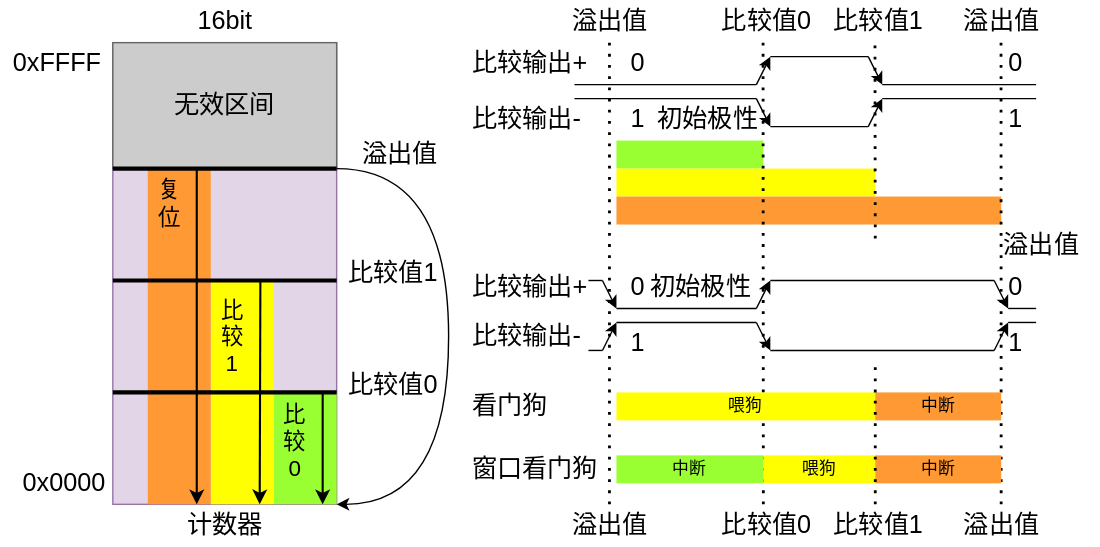
Above: doc/图库/数据手册/定时器工作模式.svg in ZPNMiaoHeng/SparrowRV (draw.io), before the change. Source tidied: cells renumbered, new cells last; positions are measured from the earlier drawing's top-left corner, leaving out a move shared by most shapes.
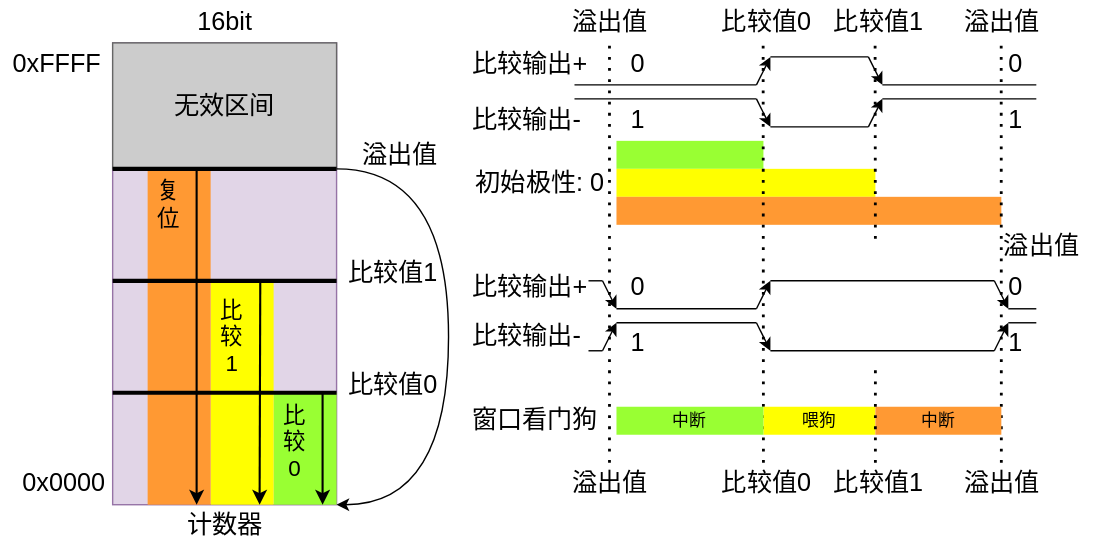
After the commit.

Change to the diagram source:
```diff
@@ -38,12 +38,12 @@
     <mxCell id="13" value="比较值0" style="text;html=1;align=center;verticalAlign=middle;strokeColor=none;fillColor=none;fontSize=18;" parent="1" vertex="1">
       <mxGeometry x="240" y="260" width="80" height="30" as="geometry" />
     </mxCell>
-    <mxCell id="14" value="初始极性" style="text;html=1;align=center;verticalAlign=middle;strokeColor=none;fillColor=none;fontSize=18;" parent="1" vertex="1">
-      <mxGeometry x="460" y="70" width="90" height="30" as="geometry" />
+    <mxCell id="14" value="初始极性: 0" style="text;html=1;align=center;verticalAlign=middle;strokeColor=none;fillColor=none;fontSize=18;" parent="1" vertex="1">
+      <mxGeometry x="330" y="115" width="110" height="30" as="geometry" />
     </mxCell>
     <mxCell id="15" style="endArrow=none;dashed=1;html=1;dashPattern=1 3;strokeWidth=2;rounded=0;fontSize=18;" parent="1" edge="1">
       <mxGeometry relative="1" as="geometry">
-        <mxPoint x="435" y="360" as="sourcePoint" />
+        <mxPoint x="435" y="330" as="sourcePoint" />
         <mxPoint x="435" y="30" as="targetPoint" />
       </mxGeometry>
     </mxCell>
@@ -58,7 +58,7 @@
     </mxCell>
     <mxCell id="19" style="endArrow=none;dashed=1;html=1;dashPattern=1 3;strokeWidth=2;rounded=0;fontSize=18;" parent="1" edge="1">
       <mxGeometry relative="1" as="geometry">
-        <mxPoint x="715" y="360" as="sourcePoint" />
+        <mxPoint x="715" y="330" as="sourcePoint" />
         <mxPoint x="714.9" y="30" as="targetPoint" />
       </mxGeometry>
     </mxCell>
@@ -70,7 +70,7 @@
     </mxCell>
     <mxCell id="21" style="endArrow=none;dashed=1;html=1;dashPattern=1 3;strokeWidth=2;rounded=0;fontSize=18;" parent="1" edge="1">
       <mxGeometry relative="1" as="geometry">
-        <mxPoint x="545" y="360" as="sourcePoint" />
+        <mxPoint x="545" y="330" as="sourcePoint" />
         <mxPoint x="544.8" y="30" as="targetPoint" />
       </mxGeometry>
     </mxCell>
@@ -137,9 +137,6 @@
         <mxPoint x="550" y="90" as="targetPoint" />
       </mxGeometry>
     </mxCell>
-    <mxCell id="33" value="初始极性" style="text;html=1;align=center;verticalAlign=middle;strokeColor=none;fillColor=none;fontSize=18;" parent="1" vertex="1">
-      <mxGeometry x="455" y="190" width="90" height="30" as="geometry" />
-    </mxCell>
     <mxCell id="34" value="0" style="text;html=1;align=center;verticalAlign=middle;strokeColor=none;fillColor=none;fontSize=18;" parent="1" vertex="1">
       <mxGeometry x="440" y="190" width="30" height="30" as="geometry" />
     </mxCell>
@@ -290,44 +287,35 @@
         <mxPoint x="240" y="120" as="targetPoint" />
       </mxGeometry>
     </mxCell>
-    <mxCell id="65" value="看门狗" style="text;html=1;align=left;verticalAlign=middle;strokeColor=none;fillColor=none;fontSize=18;" parent="1" vertex="1">
-      <mxGeometry x="335" y="275" width="70" height="30" as="geometry" />
-    </mxCell>
     <mxCell id="66" value="窗口看门狗" style="text;html=1;align=left;verticalAlign=middle;strokeColor=none;fillColor=none;fontSize=18;" parent="1" vertex="1">
-      <mxGeometry x="335" y="320" width="110" height="30" as="geometry" />
+      <mxGeometry x="335" y="285" width="110" height="30" as="geometry" />
     </mxCell>
-    <mxCell id="67" value="喂狗" style="rounded=0;whiteSpace=wrap;html=1;strokeColor=none;fillColor=#FFFF00;" parent="1" vertex="1">
-      <mxGeometry x="440" y="280" width="185" height="20" as="geometry" />
-    </mxCell>
     <mxCell id="68" value="喂狗" style="rounded=0;whiteSpace=wrap;html=1;strokeColor=none;fillColor=#FFFF00;" parent="1" vertex="1">
-      <mxGeometry x="545" y="325" width="80" height="20" as="geometry" />
+      <mxGeometry x="545" y="290" width="80" height="20" as="geometry" />
     </mxCell>
     <mxCell id="69" value="中断" style="rounded=0;whiteSpace=wrap;html=1;strokeColor=none;fillColor=#99FF33;" parent="1" vertex="1">
-      <mxGeometry x="440" y="325" width="105" height="20" as="geometry" />
+      <mxGeometry x="440" y="290" width="105" height="20" as="geometry" />
     </mxCell>
-    <mxCell id="70" value="中断" style="rounded=0;whiteSpace=wrap;html=1;strokeColor=none;fillColor=#FF9933;" parent="1" vertex="1">
-      <mxGeometry x="625" y="280" width="90" height="20" as="geometry" />
-    </mxCell>
     <mxCell id="71" value="中断" style="rounded=0;whiteSpace=wrap;html=1;strokeColor=none;fillColor=#FF9933;" parent="1" vertex="1">
-      <mxGeometry x="625" y="325" width="90" height="20" as="geometry" />
+      <mxGeometry x="625" y="290" width="90" height="20" as="geometry" />
     </mxCell>
     <mxCell id="72" style="endArrow=none;dashed=1;html=1;dashPattern=1 3;strokeWidth=2;rounded=0;fontSize=18;" parent="1" edge="1">
       <mxGeometry relative="1" as="geometry">
-        <mxPoint x="625" y="360" as="sourcePoint" />
+        <mxPoint x="625" y="330" as="sourcePoint" />
         <mxPoint x="625" y="260" as="targetPoint" />
       </mxGeometry>
     </mxCell>
     <mxCell id="73" value="溢出值" style="text;html=1;align=center;verticalAlign=middle;strokeColor=none;fillColor=none;fontSize=18;" parent="1" vertex="1">
-      <mxGeometry x="400" y="360" width="70" height="30" as="geometry" />
+      <mxGeometry x="400" y="330" width="70" height="30" as="geometry" />
     </mxCell>
     <mxCell id="74" value="比较值0" style="text;html=1;align=center;verticalAlign=middle;strokeColor=none;fillColor=none;fontSize=18;" parent="1" vertex="1">
-      <mxGeometry x="507" y="360" width="80" height="30" as="geometry" />
+      <mxGeometry x="507" y="330" width="80" height="30" as="geometry" />
     </mxCell>
     <mxCell id="75" value="比较值1" style="text;html=1;align=center;verticalAlign=middle;strokeColor=none;fillColor=none;fontSize=18;" parent="1" vertex="1">
-      <mxGeometry x="587" y="360" width="80" height="30" as="geometry" />
+      <mxGeometry x="587" y="330" width="80" height="30" as="geometry" />
     </mxCell>
     <mxCell id="76" value="溢出值" style="text;html=1;align=center;verticalAlign=middle;strokeColor=none;fillColor=none;fontSize=18;" parent="1" vertex="1">
-      <mxGeometry x="680" y="360" width="70" height="30" as="geometry" />
+      <mxGeometry x="680" y="330" width="70" height="30" as="geometry" />
     </mxCell>
     <mxCell id="77" value="比较输出-" style="text;html=1;align=left;verticalAlign=middle;strokeColor=none;fillColor=none;fontSize=18;" parent="1" vertex="1">
       <mxGeometry x="335" y="70" width="90" height="30" as="geometry" />
```
